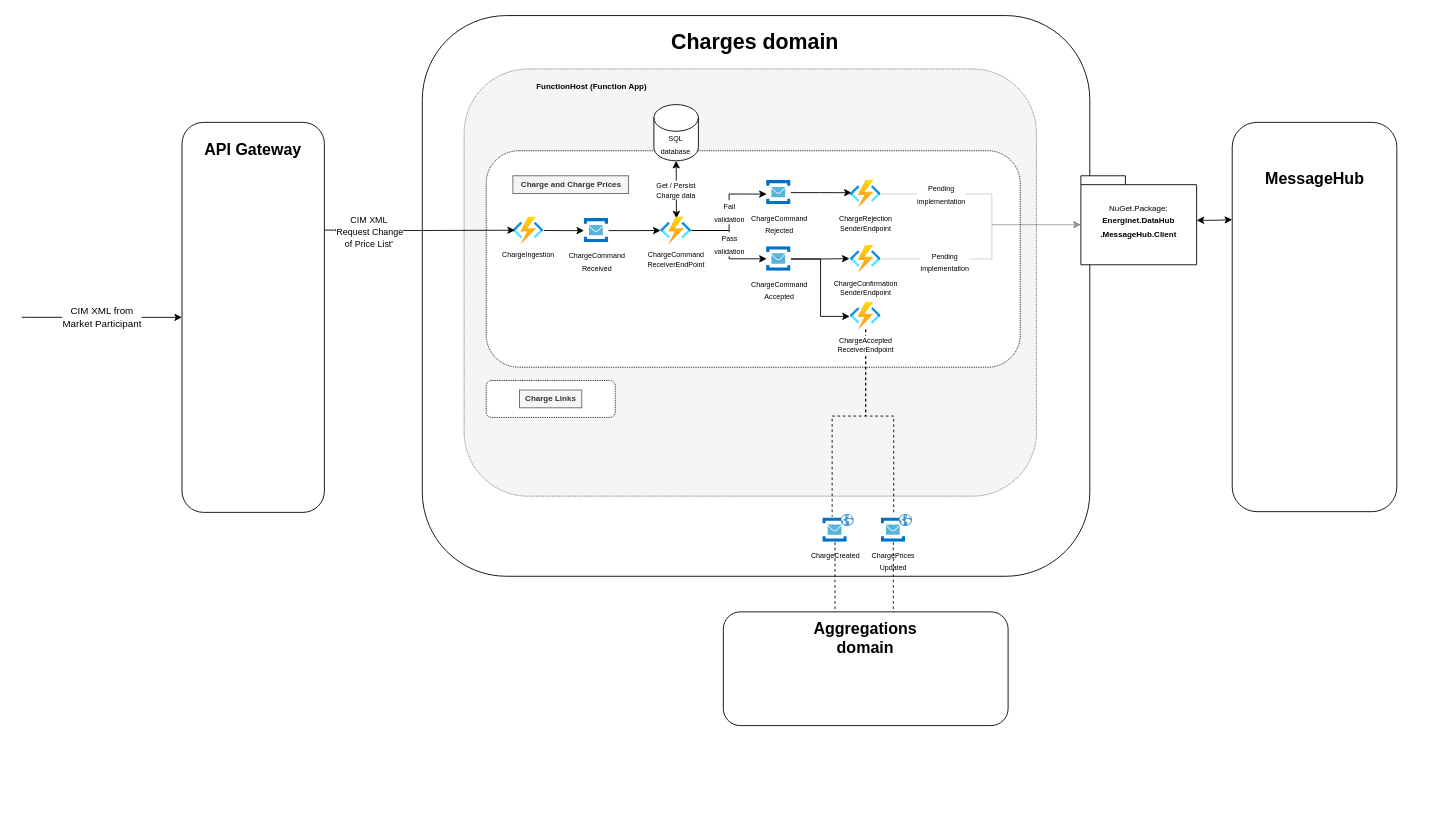
Above: page "ChargeAndChargePrices" (1 of 3) of ARCHITECTURE.drawio in Energinet-DataHub/ARCHIVED-geh-charges (draw.io), before the change. Source tidied: cells renumbered, new cells numbered last; positions are measured from the earlier drawing's top-left corner, leaving out a move shared by most shapes. Both pictures are drawn from the tidied source at 89%, with x=0, y=0 at pixel (21, 15).
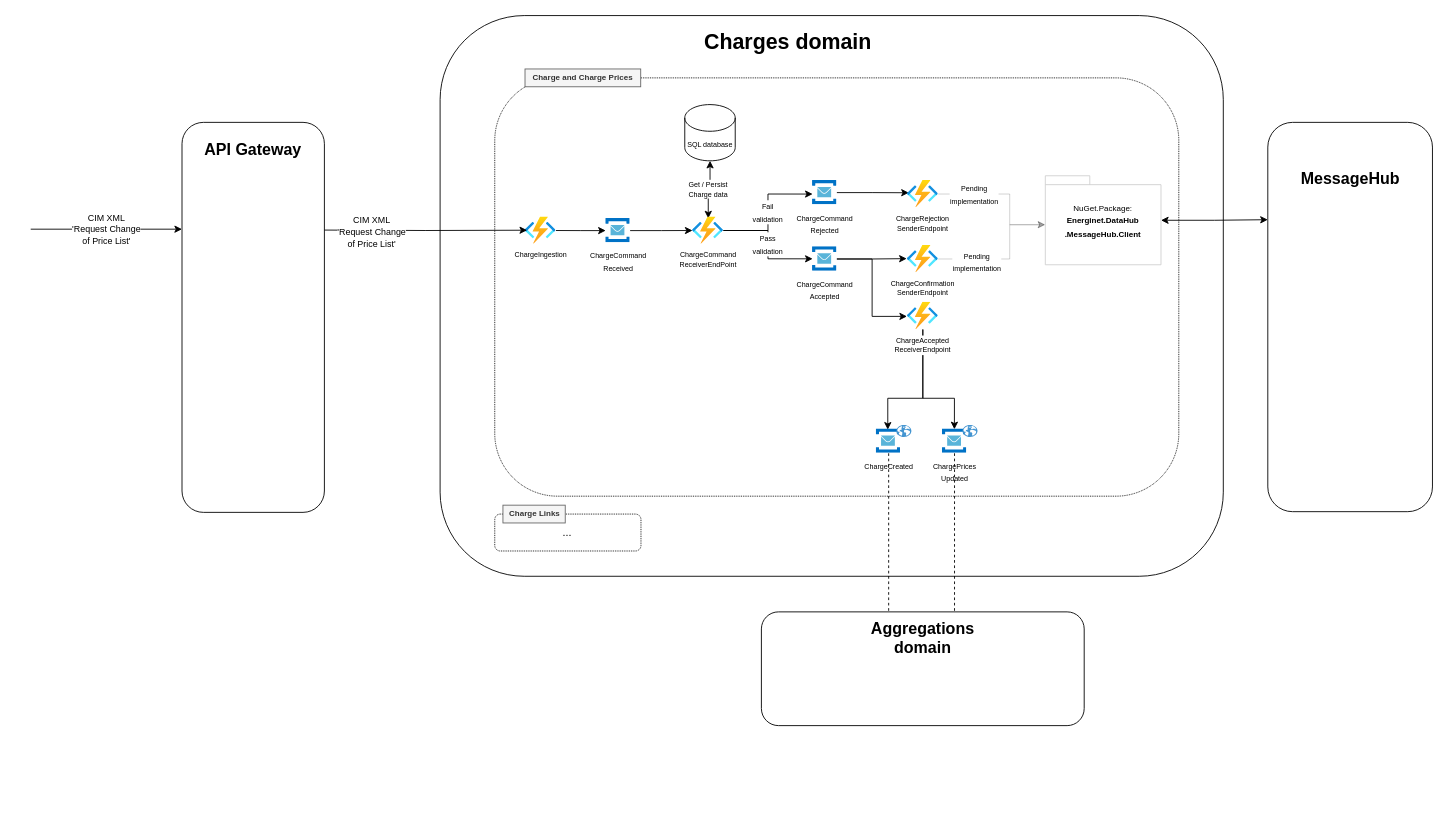
Above is the later version.

Commit message (it also covers changes not shown here):
docs: Update arch diagram for Charge Links so it displays the CreateDefaultChargeLinks request-reply setup (#831)

Unchanged cells that the change refers to:
```xml
<mxCell id="31" value="&lt;span style=&quot;font-size: 8px&quot;&gt;ChargePrices&lt;br&gt;Updated&lt;/span&gt;" style="html=1;points=[];align=center;image;fontSize=12;image=img/lib/mscae/Service_Bus.svg;" parent="30" vertex="1">
  <mxGeometry y="4.4" width="27.4" height="27.4" as="geometry" />
</mxCell>
<mxCell id="39" style="rounded=1;whiteSpace=wrap;html=1;" parent="1" vertex="1">
  <mxGeometry x="180" y="120" width="160" height="438.2" as="geometry" />
</mxCell>
```

Change to the diagram source:
```diff
@@
     <mxCell id="2" style="opacity=50;textOpacity=50;strokeColor=none;" parent="1" vertex="1">
-      <mxGeometry x="450" width="750" height="885.6" as="geometry" />
+      <mxGeometry x="450" width="900" height="885.6" as="geometry" />
     </mxCell>
     <mxCell id="3" style="rounded=1;whiteSpace=wrap;html=1;" parent="2" vertex="1">
-      <mxGeometry width="750" height="630" as="geometry" />
+      <mxGeometry x="20" width="880" height="630" as="geometry" />
     </mxCell>
-    <mxCell id="4" style="rounded=1;whiteSpace=wrap;html=1;dashed=1;dashPattern=1 1;align=center;fillColor=#f5f5f5;strokeColor=#666666;fontColor=#333333;" parent="2" vertex="1">
-      <mxGeometry x="47" y="60" width="643" height="480" as="geometry" />
-    </mxCell>
     <mxCell id="5" value="&lt;h1&gt;Charges domain&lt;br&gt;&lt;/h1&gt;" style="text;html=1;strokeColor=none;fillColor=none;spacing=5;spacingTop=-20;whiteSpace=wrap;overflow=hidden;rounded=0;dashed=1;" parent="2" vertex="1">
-      <mxGeometry x="275" y="10" width="200" height="36.5" as="geometry" />
+      <mxGeometry x="311.7" y="10" width="226.7" height="36.5" as="geometry" />
     </mxCell>
     <mxCell id="6" style="rounded=1;whiteSpace=wrap;html=1;dashed=1;dashPattern=1 1;align=center;" parent="2" vertex="1">
-      <mxGeometry x="71.8" y="151.9" width="600" height="243.2" as="geometry" />
+      <mxGeometry x="81.4" y="70" width="768.6" height="470" as="geometry" />
     </mxCell>
@@
     <mxCell id="9" value="&lt;font style=&quot;font-size: 8px&quot;&gt;ChargeCommand&lt;br&gt;Received&lt;/font&gt;" style="html=1;points=[];align=center;image;fontSize=12;image=img/lib/mscae/Service_Bus.svg;" parent="2" vertex="1">
-      <mxGeometry x="181.8" y="227.9" width="27.4" height="27.4" as="geometry" />
+      <mxGeometry x="206.1" y="227.9" width="27.4" height="27.4" as="geometry" />
     </mxCell>
     <mxCell id="10" value="&lt;font style=&quot;font-size: 8px&quot;&gt;ChargeIngestion&lt;/font&gt;" style="html=1;points=[];align=center;image;fontSize=9;image=img/lib/azure2/compute/Function_Apps.svg;labelPosition=center;verticalLabelPosition=bottom;verticalAlign=top;" parent="2" vertex="1">
-      <mxGeometry x="101.8" y="226.2" width="34.7" height="30.6" as="geometry" />
+      <mxGeometry x="115.4" y="226.2" width="34.7" height="30.6" as="geometry" />
     </mxCell>
@@
     <mxCell id="14" value="&lt;font style=&quot;font-size: 8px&quot;&gt;ChargeCommand&lt;br&gt;ReceiverEndPoint&lt;br&gt;&lt;/font&gt;" style="html=1;points=[];align=center;image;fontSize=9;image=img/lib/azure2/compute/Function_Apps.svg;labelPosition=center;verticalLabelPosition=bottom;verticalAlign=top;" parent="2" vertex="1">
-      <mxGeometry x="267.8" y="226.2" width="34.7" height="30.6" as="geometry" />
+      <mxGeometry x="303.6" y="226.2" width="34.7" height="30.6" as="geometry" />
     </mxCell>
@@
     <mxCell id="16" value="&lt;font style=&quot;font-size: 8px ; line-height: 100%&quot;&gt;ChargeCommand&lt;br&gt;Rejected&lt;/font&gt;" style="html=1;points=[];align=center;image;fontSize=12;image=img/lib/mscae/Service_Bus.svg;" parent="2" vertex="1">
-      <mxGeometry x="386.8" y="185.2" width="27.4" height="27.4" as="geometry" />
+      <mxGeometry x="438.4" y="185.2" width="27.4" height="27.4" as="geometry" />
     </mxCell>
@@
     <mxCell id="19" value="&lt;font style=&quot;font-size: 8px ; line-height: 100%&quot;&gt;ChargeCommand&lt;br&gt;Accepted&lt;/font&gt;" style="html=1;points=[];align=center;image;fontSize=12;image=img/lib/mscae/Service_Bus.svg;" parent="2" vertex="1">
-      <mxGeometry x="386.8" y="259.8" width="27.4" height="27.4" as="geometry" />
+      <mxGeometry x="438.4" y="259.8" width="27.4" height="27.4" as="geometry" />
     </mxCell>
     <mxCell id="20" value="&lt;font style=&quot;font-size: 8px&quot;&gt;ChargeConfirmation&lt;br&gt;SenderEndpoint&lt;br&gt;&lt;/font&gt;" style="html=1;points=[];align=center;image;fontSize=9;image=img/lib/azure2/compute/Function_Apps.svg;labelPosition=center;verticalLabelPosition=bottom;verticalAlign=top;" parent="2" vertex="1">
-      <mxGeometry x="480.8" y="258.2" width="34.7" height="30.6" as="geometry" />
+      <mxGeometry x="545" y="258.2" width="34.7" height="30.6" as="geometry" />
     </mxCell>
     <mxCell id="21" value="&lt;font style=&quot;font-size: 8px&quot;&gt;ChargeRejection&lt;br&gt;SenderEndpoint&lt;br&gt;&lt;/font&gt;" style="html=1;points=[];align=center;image;fontSize=9;image=img/lib/azure2/compute/Function_Apps.svg;labelPosition=center;verticalLabelPosition=bottom;verticalAlign=top;" parent="2" vertex="1">
-      <mxGeometry x="480.8" y="185.2" width="34.7" height="30.6" as="geometry" />
+      <mxGeometry x="545" y="185.2" width="34.7" height="30.6" as="geometry" />
     </mxCell>
+    <mxCell id="23" style="edgeStyle=orthogonalEdgeStyle;rounded=0;comic=0;jettySize=auto;html=1;entryX=0.495;entryY=0.016;entryDx=0;entryDy=0;entryPerimeter=0;shadow=0;endArrow=classic;endFill=1;strokeColor=#000000;" parent="2" edge="1" source="24" target="31">
+      <mxGeometry relative="1" as="geometry">
+        <Array as="points">
+          <mxPoint x="562" y="430" />
+          <mxPoint x="598" y="430" />
+        </Array>
+      </mxGeometry>
+    </mxCell>
-    <mxCell id="22" style="edgeStyle=orthogonalEdgeStyle;rounded=0;jettySize=auto;html=1;entryX=0.383;entryY=-0.05;entryDx=0;entryDy=0;entryPerimeter=0;dashed=1;endArrow=none;endFill=0;" parent="2" edge="1" source="24" target="34">
+    <mxCell id="22" style="edgeStyle=orthogonalEdgeStyle;rounded=0;comic=0;jettySize=auto;html=1;entryX=0.475;entryY=0.031;entryDx=0;entryDy=0;entryPerimeter=0;shadow=0;endArrow=classic;endFill=1;strokeColor=#000000;" parent="2" edge="1" source="24" target="34">
       <mxGeometry relative="1" as="geometry">
         <Array as="points">
-          <mxPoint x="498" y="450" />
-          <mxPoint x="461" y="450" />
+          <mxPoint x="562" y="430" />
+          <mxPoint x="523" y="430" />
         </Array>
       </mxGeometry>
     </mxCell>
-    <mxCell id="23" style="edgeStyle=orthogonalEdgeStyle;rounded=0;jettySize=auto;html=1;entryX=0.517;entryY=-0.141;entryDx=0;entryDy=0;entryPerimeter=0;dashed=1;endArrow=none;endFill=0;" parent="2" edge="1" source="24" target="31">
-      <mxGeometry relative="1" as="geometry">
-        <Array as="points">
-          <mxPoint x="498" y="450" />
-          <mxPoint x="530" y="450" />
-        </Array>
-      </mxGeometry>
-    </mxCell>
     <mxCell id="24" value="&lt;font style=&quot;font-size: 8px&quot;&gt;ChargeAccepted&lt;br&gt;ReceiverEndpoint&lt;br&gt;&lt;/font&gt;" style="html=1;points=[];align=center;image;fontSize=9;image=img/lib/azure2/compute/Function_Apps.svg;labelPosition=center;verticalLabelPosition=bottom;verticalAlign=top;" parent="2" vertex="1">
-      <mxGeometry x="480.8" y="322.1" width="34.7" height="30.6" as="geometry" />
+      <mxGeometry x="545" y="322.1" width="34.7" height="30.6" as="geometry" />
     </mxCell>
     <mxCell id="25" value="Charge and Charge Prices" style="text;html=1;align=center;verticalAlign=middle;strokeColor=#666666;fillColor=#f5f5f5;fontStyle=1;fontSize=9;fontColor=#333333;" parent="2" vertex="1">
-      <mxGeometry x="101.8" y="180" width="130" height="20" as="geometry" />
+      <mxGeometry x="115.4" y="60" width="130" height="20" as="geometry" />
     </mxCell>
-    <mxCell id="26" value="FunctionHost (Function App)" style="text;html=1;align=center;verticalAlign=middle;strokeColor=none;fillColor=none;fontStyle=1;fontSize=9;" parent="2" vertex="1">
-      <mxGeometry x="120.2" y="70" width="140" height="20" as="geometry" />
-    </mxCell>
     <mxCell id="27" value="&lt;font style=&quot;font-size: 8px&quot;&gt;SQL database&lt;/font&gt;" style="shape=cylinder3;whiteSpace=wrap;html=1;boundedLbl=1;backgroundOutline=1;size=15;" parent="2" vertex="1">
-      <mxGeometry x="260.2" y="100" width="50" height="63.2" as="geometry" />
+      <mxGeometry x="294.9" y="100" width="56.7" height="63.2" as="geometry" />
     </mxCell>
+    <mxCell id="53" style="group;" parent="2" vertex="1">
+      <mxGeometry x="81.4" y="550.1" width="164.3" height="51.5" as="geometry" />
+    </mxCell>
-    <mxCell id="28" style="rounded=1;whiteSpace=wrap;html=1;dashed=1;dashPattern=1 1;align=center;" parent="2" vertex="1">
-      <mxGeometry x="71.8" y="410" width="145" height="41.5" as="geometry" />
+    <mxCell id="28" value="..." style="rounded=1;whiteSpace=wrap;html=1;dashed=1;dashPattern=1 1;align=center;" parent="53" vertex="1">
+      <mxGeometry y="10" width="164.3" height="41.5" as="geometry" />
     </mxCell>
-    <mxCell id="29" value="Charge Links" style="text;html=1;align=center;verticalAlign=middle;strokeColor=#666666;fillColor=#f5f5f5;fontStyle=1;fontSize=9;fontColor=#333333;" parent="2" vertex="1">
-      <mxGeometry x="109.2" y="420.7" width="70" height="20" as="geometry" />
+    <mxCell id="29" value="Charge Links" style="text;html=1;align=center;verticalAlign=middle;strokeColor=#666666;fillColor=#f5f5f5;fontStyle=1;fontSize=9;fontColor=#333333;" parent="53" vertex="1">
+      <mxGeometry x="9.2" width="70" height="20" as="geometry" />
     </mxCell>
+    <mxCell id="33" style="group;align=center;" parent="2" vertex="1">
+      <mxGeometry x="510" y="460" width="39.4" height="31.7" as="geometry" />
+    </mxCell>
+    <mxCell id="34" value="&lt;span style=&quot;font-size: 8px&quot;&gt;ChargeCreated&lt;/span&gt;" style="html=1;points=[];align=center;image;fontSize=12;image=img/lib/mscae/Service_Bus.svg;" parent="33" vertex="1">
+      <mxGeometry y="4.4" width="27.4" height="27.4" as="geometry" />
+    </mxCell>
+    <mxCell id="35" style="shadow=0;dashed=0;html=1;strokeColor=none;fillColor=#4495D1;labelPosition=center;verticalLabelPosition=bottom;verticalAlign=top;align=center;shape=mxgraph.veeam.globe;" parent="33" vertex="1">
+      <mxGeometry x="22.7" width="16.8" height="13.5" as="geometry" />
+    </mxCell>
     <mxCell id="30" style="group;" parent="2" vertex="1">
-      <mxGeometry x="515.5" y="560" width="34.8" height="31.7" as="geometry" />
+      <mxGeometry x="584.3" y="460" width="39.4" height="31.7" as="geometry" />
     </mxCell>
@@
     <mxCell id="32" style="shadow=0;dashed=0;html=1;strokeColor=none;fillColor=#4495D1;labelPosition=center;verticalLabelPosition=bottom;verticalAlign=top;align=center;shape=mxgraph.veeam.globe;" parent="30" vertex="1">
-      <mxGeometry x="20" width="14.8" height="13.5" as="geometry" />
+      <mxGeometry x="22.7" width="16.8" height="13.5" as="geometry" />
     </mxCell>
-    <mxCell id="33" style="group;" parent="2" vertex="1">
-      <mxGeometry x="450" y="560" width="34.8" height="31.7" as="geometry" />
-    </mxCell>
-    <mxCell id="34" value="&lt;span style=&quot;font-size: 8px&quot;&gt;ChargeCreated&lt;/span&gt;" style="html=1;points=[];align=center;image;fontSize=12;image=img/lib/mscae/Service_Bus.svg;" parent="33" vertex="1">
-      <mxGeometry y="4.4" width="27.4" height="27.4" as="geometry" />
-    </mxCell>
-    <mxCell id="35" style="shadow=0;dashed=0;html=1;strokeColor=none;fillColor=#4495D1;labelPosition=center;verticalLabelPosition=bottom;verticalAlign=top;align=center;shape=mxgraph.veeam.globe;" parent="33" vertex="1">
-      <mxGeometry x="20" width="14.8" height="13.5" as="geometry" />
-    </mxCell>
+    <mxCell id="50" value="&lt;font style=&quot;font-size: 9px&quot;&gt;NuGet.Package:&lt;br&gt;&lt;b&gt;Energinet.DataHub&lt;br&gt;.MessageHub.Client&lt;/b&gt;&lt;/font&gt;" style="shape=folder;tabWidth=50;tabHeight=10;tabPosition=left;strokeWidth=1;html=1;whiteSpace=wrap;align=center;strokeColor=#CFCFCF;" parent="2" vertex="1">
+      <mxGeometry x="700" y="180" width="130" height="100" as="geometry" />
+    </mxCell>
+    <mxCell id="44" value="&lt;span style=&quot;color: rgb(0 , 0 , 0) ; font-family: &amp;#34;helvetica&amp;#34; ; font-size: 8px ; font-style: normal ; font-weight: 400 ; letter-spacing: normal ; text-align: center ; text-indent: 0px ; text-transform: none ; word-spacing: 0px ; background-color: rgb(255 , 255 , 255) ; display: inline ; float: none&quot;&gt;Pending&lt;/span&gt;&lt;br style=&quot;color: rgb(0 , 0 , 0) ; font-family: &amp;#34;helvetica&amp;#34; ; font-size: 8px ; font-style: normal ; font-weight: 400 ; letter-spacing: normal ; text-align: center ; text-indent: 0px ; text-transform: none ; word-spacing: 0px ; background-color: rgb(255 , 255 , 255)&quot;&gt;&lt;span style=&quot;color: rgb(0 , 0 , 0) ; font-family: &amp;#34;helvetica&amp;#34; ; font-size: 8px ; font-style: normal ; font-weight: 400 ; letter-spacing: normal ; text-align: center ; text-indent: 0px ; text-transform: none ; word-spacing: 0px ; background-color: rgb(255 , 255 , 255) ; display: inline ; float: none&quot;&gt;implementation&lt;/span&gt;" style="edgeStyle=orthogonalEdgeStyle;rounded=0;jettySize=auto;html=1;fillColor=#f5f5f5;strokeColor=#000000;opacity=20;entryX=0;entryY=0;entryDx=0;entryDy=55;entryPerimeter=0;" parent="2" edge="1" source="20" target="50">
+      <mxGeometry x="-0.46" y="-3" relative="1" as="geometry">
+        <Array as="points">
+          <mxPoint x="660" y="274" />
+          <mxPoint x="660" y="235" />
+        </Array>
+      </mxGeometry>
+    </mxCell>
+    <mxCell id="45" value="&lt;font style=&quot;font-size: 8px&quot;&gt;Pending &lt;br&gt;implementation&lt;/font&gt;" style="edgeStyle=orthogonalEdgeStyle;rounded=0;jettySize=auto;html=1;fillColor=#f5f5f5;strokeColor=#000000;opacity=20;entryX=0;entryY=0;entryDx=0;entryDy=55;entryPerimeter=0;" parent="2" edge="1" source="21" target="50">
+      <mxGeometry x="-0.48" relative="1" as="geometry">
+        <Array as="points">
+          <mxPoint x="660" y="201" />
+          <mxPoint x="660" y="235" />
+        </Array>
+      </mxGeometry>
+    </mxCell>
     <mxCell id="36" style="group;" parent="2" vertex="1">
-      <mxGeometry x="338.2" y="670" width="320" height="127.8" as="geometry" />
+      <mxGeometry x="381" y="670" width="362.7" height="127.8" as="geometry" />
     </mxCell>
     <mxCell id="37" style="rounded=1;whiteSpace=wrap;html=1;" parent="36" vertex="1">
-      <mxGeometry width="320" height="127.8" as="geometry" />
+      <mxGeometry width="362.7" height="127.8" as="geometry" />
     </mxCell>
     <mxCell id="38" value="&lt;b&gt;&lt;font style=&quot;font-size: 18px&quot;&gt;Aggregations domain&lt;/font&gt;&lt;/b&gt;" style="text;html=1;strokeColor=none;fillColor=none;align=center;verticalAlign=middle;whiteSpace=wrap;rounded=0;" parent="36" vertex="1">
-      <mxGeometry x="90" y="9.1" width="140" height="41.2" as="geometry" />
+      <mxGeometry x="102" y="9.1" width="158.7" height="41.2" as="geometry" />
     </mxCell>
@@
-    <mxCell id="41" value="CIM XML from &lt;br&gt;Market Participant" style="endArrow=classic;html=1;entryX=0;entryY=0.5;entryDx=0;entryDy=0;" parent="1" edge="1" target="39">
+    <mxCell id="41" value="&lt;span style=&quot;font-size: x-small&quot;&gt;CIM XML&lt;/span&gt;&lt;br style=&quot;font-size: x-small&quot;&gt;&lt;span style=&quot;font-size: x-small&quot;&gt;'Request Change&lt;/span&gt;&lt;br style=&quot;font-size: x-small&quot;&gt;&lt;span style=&quot;font-size: x-small&quot;&gt;of Price List'&lt;/span&gt;" style="endArrow=classic;html=1;" parent="1" edge="1">
       <mxGeometry relative="1" as="geometry">
-        <mxPoint y="339" as="sourcePoint" />
+        <mxPoint x="10" y="240" as="sourcePoint" />
+        <mxPoint x="180" y="240" as="targetPoint" />
       </mxGeometry>
     </mxCell>
@@
-    <mxCell id="44" value="&lt;span style=&quot;color: rgb(0 , 0 , 0) ; font-family: &amp;#34;helvetica&amp;#34; ; font-size: 8px ; font-style: normal ; font-weight: 400 ; letter-spacing: normal ; text-align: center ; text-indent: 0px ; text-transform: none ; word-spacing: 0px ; background-color: rgb(255 , 255 , 255) ; display: inline ; float: none&quot;&gt;Pending&lt;/span&gt;&lt;br style=&quot;color: rgb(0 , 0 , 0) ; font-family: &amp;#34;helvetica&amp;#34; ; font-size: 8px ; font-style: normal ; font-weight: 400 ; letter-spacing: normal ; text-align: center ; text-indent: 0px ; text-transform: none ; word-spacing: 0px ; background-color: rgb(255 , 255 , 255)&quot;&gt;&lt;span style=&quot;color: rgb(0 , 0 , 0) ; font-family: &amp;#34;helvetica&amp;#34; ; font-size: 8px ; font-style: normal ; font-weight: 400 ; letter-spacing: normal ; text-align: center ; text-indent: 0px ; text-transform: none ; word-spacing: 0px ; background-color: rgb(255 , 255 , 255) ; display: inline ; float: none&quot;&gt;implementation&lt;/span&gt;" style="edgeStyle=orthogonalEdgeStyle;rounded=0;jettySize=auto;html=1;fillColor=#f5f5f5;strokeColor=#000000;opacity=20;entryX=0;entryY=0;entryDx=0;entryDy=55;entryPerimeter=0;" parent="1" edge="1" source="20" target="50">
-      <mxGeometry x="-0.46" y="-3" relative="1" as="geometry">
-        <Array as="points">
-          <mxPoint x="1090" y="273" />
-          <mxPoint x="1090" y="235" />
-        </Array>
-      </mxGeometry>
-    </mxCell>
-    <mxCell id="45" value="&lt;font style=&quot;font-size: 8px&quot;&gt;Pending &lt;br&gt;implementation&lt;/font&gt;" style="edgeStyle=orthogonalEdgeStyle;rounded=0;jettySize=auto;html=1;fillColor=#f5f5f5;strokeColor=#000000;opacity=20;entryX=0;entryY=0;entryDx=0;entryDy=55;entryPerimeter=0;" parent="1" edge="1" source="21" target="50">
-      <mxGeometry x="-0.48" relative="1" as="geometry">
-        <Array as="points">
-          <mxPoint x="1090" y="201" />
-          <mxPoint x="1090" y="235" />
-        </Array>
-      </mxGeometry>
-    </mxCell>
     <mxCell id="46" style="group;" parent="1" vertex="1">
-      <mxGeometry x="1360" y="120" width="185" height="437.4" as="geometry" />
+      <mxGeometry x="1400" y="120" width="185" height="437.4" as="geometry" />
     </mxCell>
@@
-    <mxCell id="50" value="&lt;font style=&quot;font-size: 9px&quot;&gt;NuGet.Package:&lt;br&gt;&lt;b&gt;Energinet.DataHub&lt;br&gt;.MessageHub.Client&lt;/b&gt;&lt;/font&gt;" style="shape=folder;tabWidth=50;tabHeight=10;tabPosition=left;strokeWidth=1;html=1;whiteSpace=wrap;align=center;" parent="1" vertex="1">
-      <mxGeometry x="1190" y="180" width="130" height="100" as="geometry" />
-    </mxCell>
     <mxCell id="51" style="edgeStyle=orthogonalEdgeStyle;rounded=0;jettySize=auto;html=1;dashed=1;endArrow=none;endFill=0;" parent="1" edge="1" source="34">
       <mxGeometry relative="1" as="geometry">
-        <mxPoint x="913.7" y="670" as="targetPoint" />
+        <mxPoint x="974" y="670" as="targetPoint" />
+        <Array as="points">
+          <mxPoint x="974" y="670" />
+        </Array>
       </mxGeometry>
     </mxCell>
     <mxCell id="52" style="edgeStyle=orthogonalEdgeStyle;rounded=0;jettySize=auto;html=1;dashed=1;endArrow=none;endFill=0;" parent="1" edge="1" source="31">
       <mxGeometry relative="1" as="geometry">
-        <mxPoint x="979.2" y="670" as="targetPoint" />
+        <mxPoint x="1048" y="670" as="targetPoint" />
+        <Array as="points">
+          <mxPoint x="1048" y="670" />
+        </Array>
       </mxGeometry>
     </mxCell>
```
